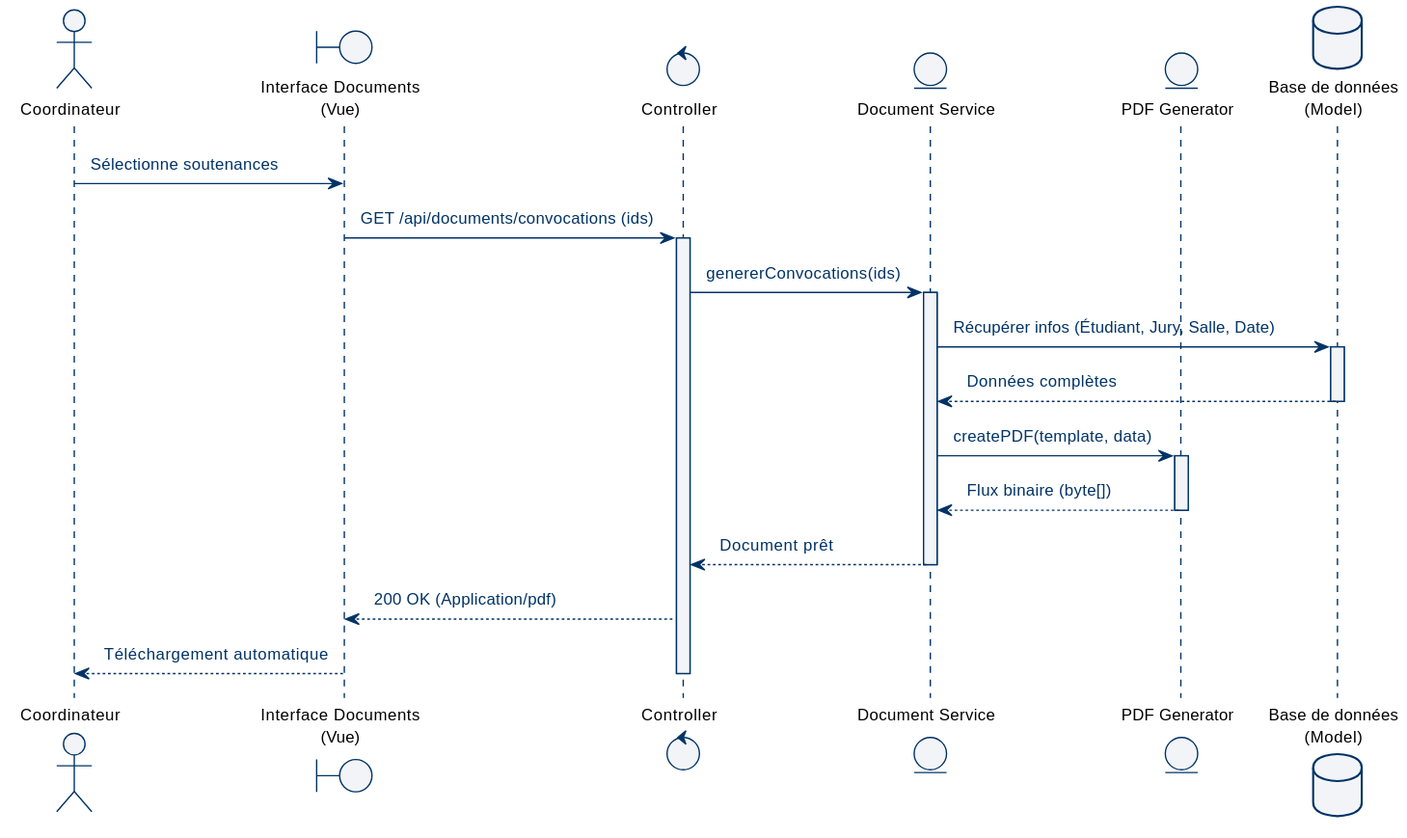
Earlier version of the PlantUML export docs/diagrams/svg/seq_pdf_generation.svg (abdelaziz-ebourki/system-gestion-soutenance).
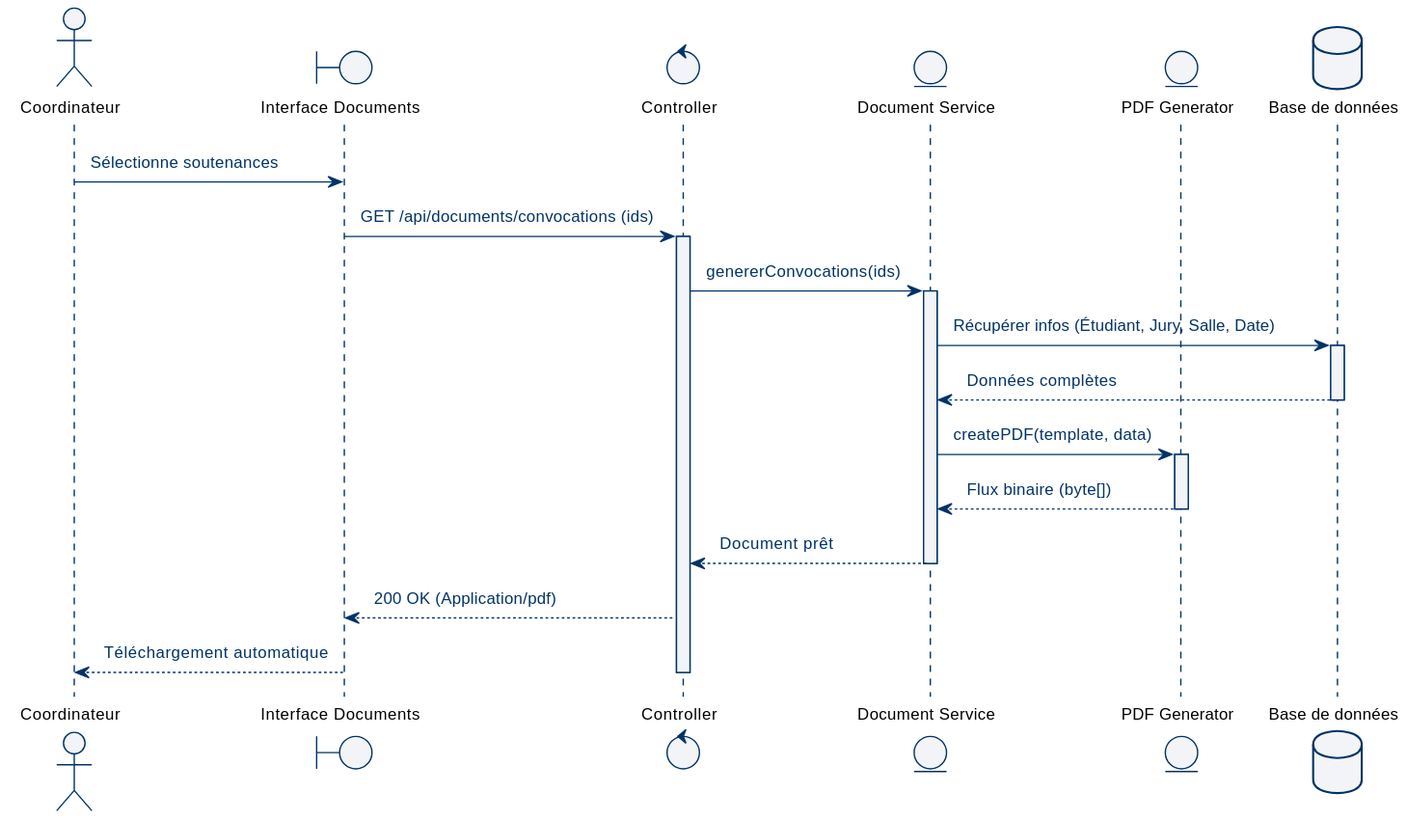
After the commit.

What changed in the source:
```diff
@@ -2,11 +2,11 @@
 !theme pfe from .
 
 actor "Coordinateur" as Coord
-boundary "Interface Documents\n(Vue)" as Front
+boundary "Interface Documents" as Front
 control "Controller" as Controller
 entity "Document Service" as Service
 entity "PDF Generator" as PDF
-database "Base de données\n(Model)" as DB
+database "Base de données" as DB
 
 Coord -> Front : Sélectionne soutenances
 Front -> Controller : GET /api/documents/convocations (ids)
```
